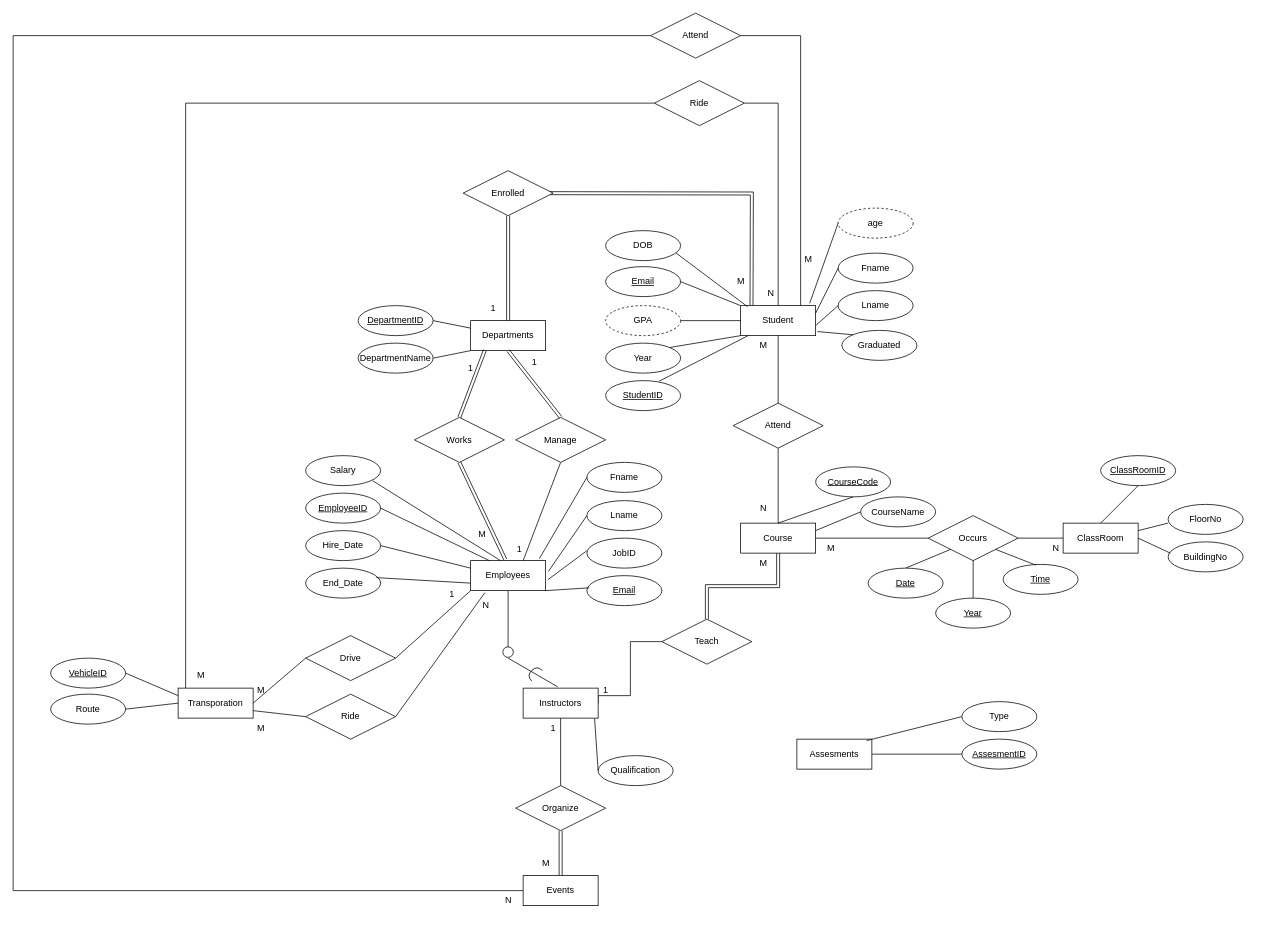
Earlier version of the draw.io diagram FacultyERD.drawio (seiffmohamedd/University_DBMS). Source tidied: cells renumbered, new cells numbered last; positions are measured from the earlier drawing's top-left corner, leaving out a move shared by most shapes. Both pictures are drawn from the tidied source at 75%, with x=0, y=0 at pixel (13, 13).
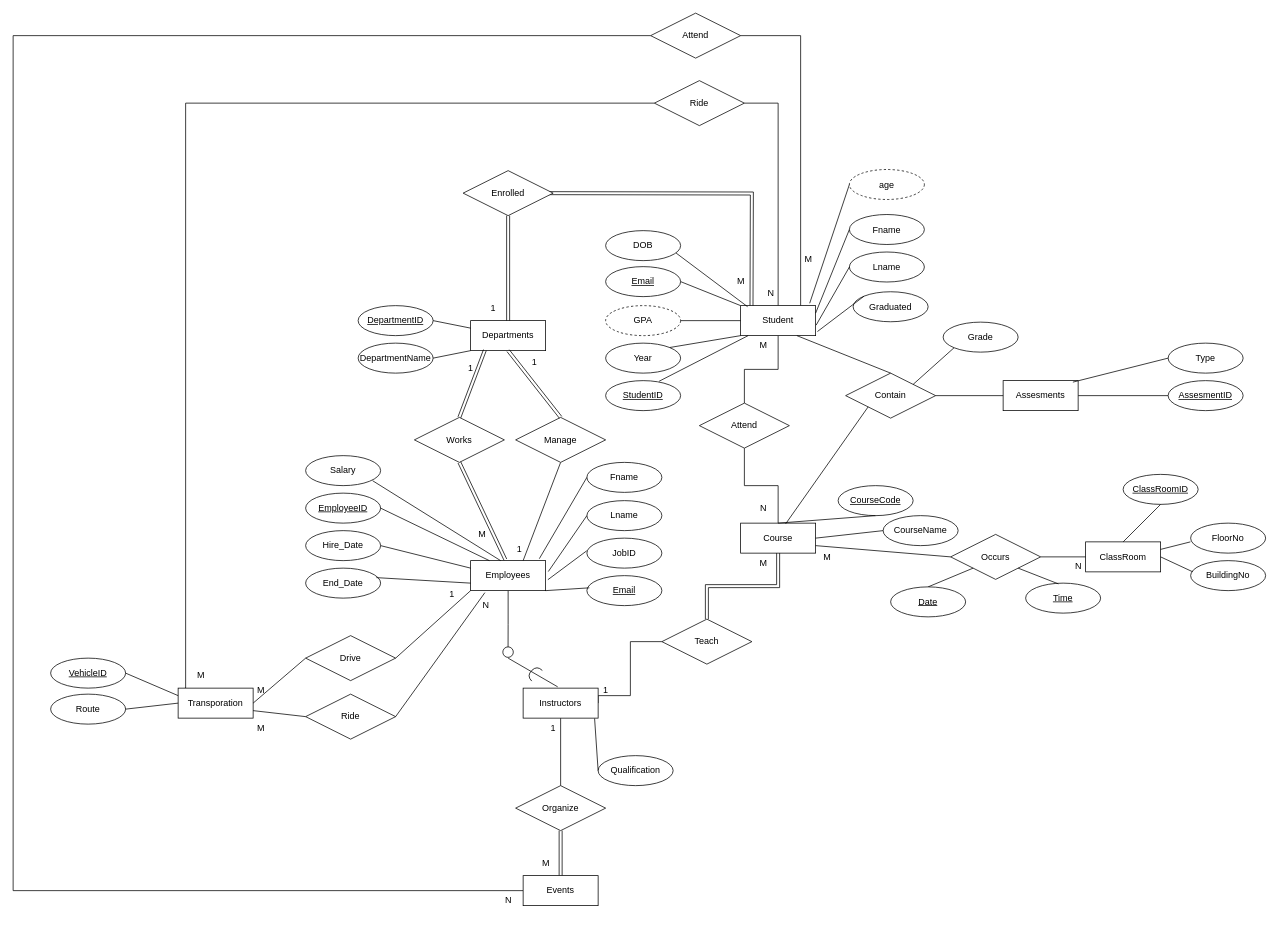
After the change.

Commit message (it also covers changes not shown here):
ERD First MStone

The change refers to these unchanged cells:
```xml
<mxCell id="7" value="Student" style="whiteSpace=wrap;html=1;align=center;" parent="1" vertex="1">
  <mxGeometry x="970" y="390" width="100" height="40" as="geometry" />
</mxCell>
<mxCell id="16" value="Course" style="whiteSpace=wrap;html=1;align=center;" parent="1" vertex="1">
  <mxGeometry x="970" y="680" width="100" height="40" as="geometry" />
</mxCell>
```

The edit, as a diff of the source:
```diff
@@
     <mxCell id="3" value="Assesments" style="whiteSpace=wrap;html=1;align=center;" parent="1" vertex="1">
-      <mxGeometry x="1045" y="968" width="100" height="40" as="geometry" />
+      <mxGeometry x="1320" y="490" width="100" height="40" as="geometry" />
     </mxCell>
@@
     <mxCell id="10" value="ClassRoom" style="whiteSpace=wrap;html=1;align=center;" parent="1" vertex="1">
-      <mxGeometry x="1400" y="680" width="100" height="40" as="geometry" />
+      <mxGeometry x="1430" y="705" width="100" height="40" as="geometry" />
     </mxCell>
@@
     <mxCell id="32" value="Graduated" style="ellipse;whiteSpace=wrap;html=1;align=center;" parent="1" vertex="1">
-      <mxGeometry x="1105" y="423" width="100" height="40" as="geometry" />
+      <mxGeometry x="1120" y="371.5" width="100" height="40" as="geometry" />
     </mxCell>
@@
     <mxCell id="37" value="Fname" style="ellipse;whiteSpace=wrap;html=1;align=center;" parent="1" vertex="1">
-      <mxGeometry x="1100" y="320" width="100" height="40" as="geometry" />
+      <mxGeometry x="1115" y="268.5" width="100" height="40" as="geometry" />
     </mxCell>
@@
     <mxCell id="39" value="Lname" style="ellipse;whiteSpace=wrap;html=1;align=center;" parent="1" vertex="1">
-      <mxGeometry x="1100" y="370" width="100" height="40" as="geometry" />
+      <mxGeometry x="1115" y="318.5" width="100" height="40" as="geometry" />
     </mxCell>
@@
     <mxCell id="48" value="age" style="ellipse;whiteSpace=wrap;html=1;align=center;dashed=1;" parent="1" vertex="1">
-      <mxGeometry x="1100" y="260" width="100" height="40" as="geometry" />
+      <mxGeometry x="1115" y="208.5" width="100" height="40" as="geometry" />
     </mxCell>
@@
     <mxCell id="63" value="CourseCode" style="ellipse;whiteSpace=wrap;html=1;align=center;fontStyle=4;" parent="1" vertex="1">
-      <mxGeometry x="1070" y="605" width="100" height="40" as="geometry" />
+      <mxGeometry x="1100" y="630" width="100" height="40" as="geometry" />
     </mxCell>
@@
     <mxCell id="65" value="CourseName" style="ellipse;whiteSpace=wrap;html=1;align=center;" parent="1" vertex="1">
-      <mxGeometry x="1130" y="645" width="100" height="40" as="geometry" />
+      <mxGeometry x="1160" y="670" width="100" height="40" as="geometry" />
     </mxCell>
@@
     <mxCell id="67" value="Attend" style="shape=rhombus;perimeter=rhombusPerimeter;whiteSpace=wrap;html=1;align=center;" parent="1" vertex="1">
-      <mxGeometry x="960" y="520" width="120" height="60" as="geometry" />
+      <mxGeometry x="915" y="520" width="120" height="60" as="geometry" />
     </mxCell>
@@
-    <mxCell id="79" style="endArrow=none;html=1;rounded=0;exitX=1;exitY=0.25;exitDx=0;exitDy=0;entryX=0;entryY=0.5;entryDx=0;entryDy=0;" parent="1" edge="1" source="16" target="65">
+    <mxCell id="79" style="endArrow=none;html=1;rounded=0;exitX=1;exitY=0.5;exitDx=0;exitDy=0;entryX=0;entryY=0.5;entryDx=0;entryDy=0;" parent="1" edge="1" source="16" target="65">
       <mxGeometry relative="1" as="geometry" />
     </mxCell>
-    <mxCell id="80" style="endArrow=none;html=1;rounded=0;exitX=1;exitY=0.5;exitDx=0;exitDy=0;entryX=0;entryY=0.5;entryDx=0;entryDy=0;" parent="1" edge="1" source="16" target="82">
+    <mxCell id="80" style="endArrow=none;html=1;rounded=0;exitX=1;exitY=0.75;exitDx=0;exitDy=0;entryX=0;entryY=0.5;entryDx=0;entryDy=0;" parent="1" edge="1" source="16" target="82">
       <mxGeometry relative="1" as="geometry" />
     </mxCell>
@@
     <mxCell id="82" value="Occurs" style="shape=rhombus;perimeter=rhombusPerimeter;whiteSpace=wrap;html=1;align=center;" parent="1" vertex="1">
-      <mxGeometry x="1220" y="670" width="120" height="60" as="geometry" />
+      <mxGeometry x="1250" y="695" width="120" height="60" as="geometry" />
     </mxCell>
     <mxCell id="83" value="M" style="text;html=1;align=center;verticalAlign=middle;strokeColor=none;fillColor=none;" parent="1" vertex="1">
-      <mxGeometry x="1075" y="698" width="30" height="30" as="geometry" />
+      <mxGeometry x="1070" y="710" width="30" height="30" as="geometry" />
     </mxCell>
     <mxCell id="84" value="N" style="text;html=1;align=center;verticalAlign=middle;strokeColor=none;fillColor=none;" parent="1" vertex="1">
-      <mxGeometry x="1375" y="698" width="30" height="30" as="geometry" />
+      <mxGeometry x="1405" y="723" width="30" height="30" as="geometry" />
     </mxCell>
@@
     <mxCell id="86" value="Date" style="ellipse;whiteSpace=wrap;html=1;align=center;fontStyle=4;" parent="1" vertex="1">
-      <mxGeometry x="1140" y="740" width="100" height="40" as="geometry" />
+      <mxGeometry x="1170" y="765" width="100" height="40" as="geometry" />
     </mxCell>
     <mxCell id="87" value="Time" style="ellipse;whiteSpace=wrap;html=1;align=center;fontStyle=4;" parent="1" vertex="1">
-      <mxGeometry x="1320" y="735" width="100" height="40" as="geometry" />
+      <mxGeometry x="1350" y="760" width="100" height="40" as="geometry" />
     </mxCell>
@@
     <mxCell id="91" value="AssesmentID" style="ellipse;whiteSpace=wrap;html=1;align=center;fontStyle=4;" parent="1" vertex="1">
-      <mxGeometry x="1265" y="968" width="100" height="40" as="geometry" />
+      <mxGeometry x="1540" y="490" width="100" height="40" as="geometry" />
     </mxCell>
     <mxCell id="92" value="Type" style="ellipse;whiteSpace=wrap;html=1;align=center;" parent="1" vertex="1">
-      <mxGeometry x="1265" y="918" width="100" height="40" as="geometry" />
+      <mxGeometry x="1540" y="440" width="100" height="40" as="geometry" />
     </mxCell>
@@
-    <mxCell id="95" value="Year" style="ellipse;whiteSpace=wrap;html=1;align=center;fontStyle=4;" parent="1" vertex="1">
-      <mxGeometry x="1230" y="780" width="100" height="40" as="geometry" />
-    </mxCell>
-    <mxCell id="96" style="endArrow=none;html=1;rounded=0;exitX=0.5;exitY=0;exitDx=0;exitDy=0;entryX=0.5;entryY=1;entryDx=0;entryDy=0;" parent="1" edge="1" source="95" target="82">
-      <mxGeometry relative="1" as="geometry" />
-    </mxCell>
@@
     <mxCell id="98" value="ClassRoomID" style="ellipse;whiteSpace=wrap;html=1;align=center;fontStyle=4;" parent="1" vertex="1">
-      <mxGeometry x="1450" y="590" width="100" height="40" as="geometry" />
+      <mxGeometry x="1480" y="615" width="100" height="40" as="geometry" />
     </mxCell>
@@
     <mxCell id="100" value="FloorNo" style="ellipse;whiteSpace=wrap;html=1;align=center;" parent="1" vertex="1">
-      <mxGeometry x="1540" y="655" width="100" height="40" as="geometry" />
+      <mxGeometry x="1570" y="680" width="100" height="40" as="geometry" />
     </mxCell>
     <mxCell id="101" value="BuildingNo" style="ellipse;whiteSpace=wrap;html=1;align=center;" parent="1" vertex="1">
-      <mxGeometry x="1540" y="705" width="100" height="40" as="geometry" />
+      <mxGeometry x="1570" y="730" width="100" height="40" as="geometry" />
     </mxCell>
@@
+    <mxCell id="133" value="Contain" style="shape=rhombus;perimeter=rhombusPerimeter;whiteSpace=wrap;html=1;align=center;" parent="1" vertex="1">
+      <mxGeometry x="1110" y="480" width="120" height="60" as="geometry" />
+    </mxCell>
+    <mxCell id="134" style="endArrow=none;html=1;rounded=0;exitX=0.75;exitY=1;exitDx=0;exitDy=0;entryX=0.5;entryY=0;entryDx=0;entryDy=0;" parent="1" edge="1" source="7" target="133">
+      <mxGeometry relative="1" as="geometry" />
+    </mxCell>
+    <mxCell id="135" style="endArrow=none;html=1;rounded=0;exitX=0.6;exitY=0.025;exitDx=0;exitDy=0;exitPerimeter=0;entryX=0;entryY=1;entryDx=0;entryDy=0;" parent="1" edge="1" source="16" target="133">
+      <mxGeometry relative="1" as="geometry" />
+    </mxCell>
+    <mxCell id="136" style="endArrow=none;html=1;rounded=0;exitX=1;exitY=0.5;exitDx=0;exitDy=0;entryX=0;entryY=0.5;entryDx=0;entryDy=0;" parent="1" edge="1" source="133" target="3">
+      <mxGeometry relative="1" as="geometry" />
+    </mxCell>
+    <mxCell id="137" style="endArrow=none;html=1;rounded=0;exitX=1;exitY=0;exitDx=0;exitDy=0;entryX=0;entryY=1;entryDx=0;entryDy=0;" parent="1" edge="1" source="133" target="138">
+      <mxGeometry relative="1" as="geometry" />
+    </mxCell>
+    <mxCell id="138" value="Grade" style="ellipse;whiteSpace=wrap;html=1;align=center;" parent="1" vertex="1">
+      <mxGeometry x="1240" y="412" width="100" height="40" as="geometry" />
+    </mxCell>
```
